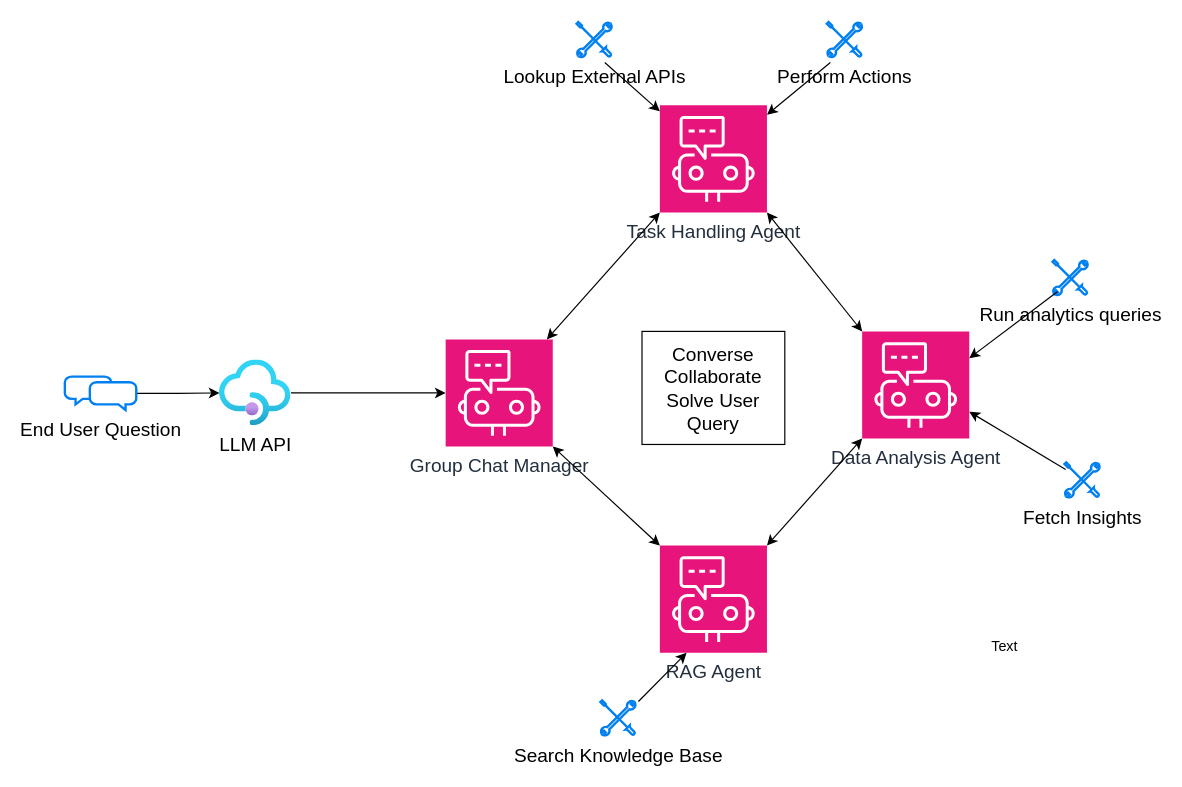
This is page "MultiAgent Architecture" (3 of 3) of RAG Pipeline.drawio from anildwarepo/draw.io-artifacts, a draw.io file, before an edit. Source tidied: cells renumbered, new cells numbered last; positions are measured from the earlier drawing's top-left corner, leaving out a move shared by most shapes. Both pictures are drawn from the tidied source at 119%, with x=0, y=0 at pixel (64, 21).
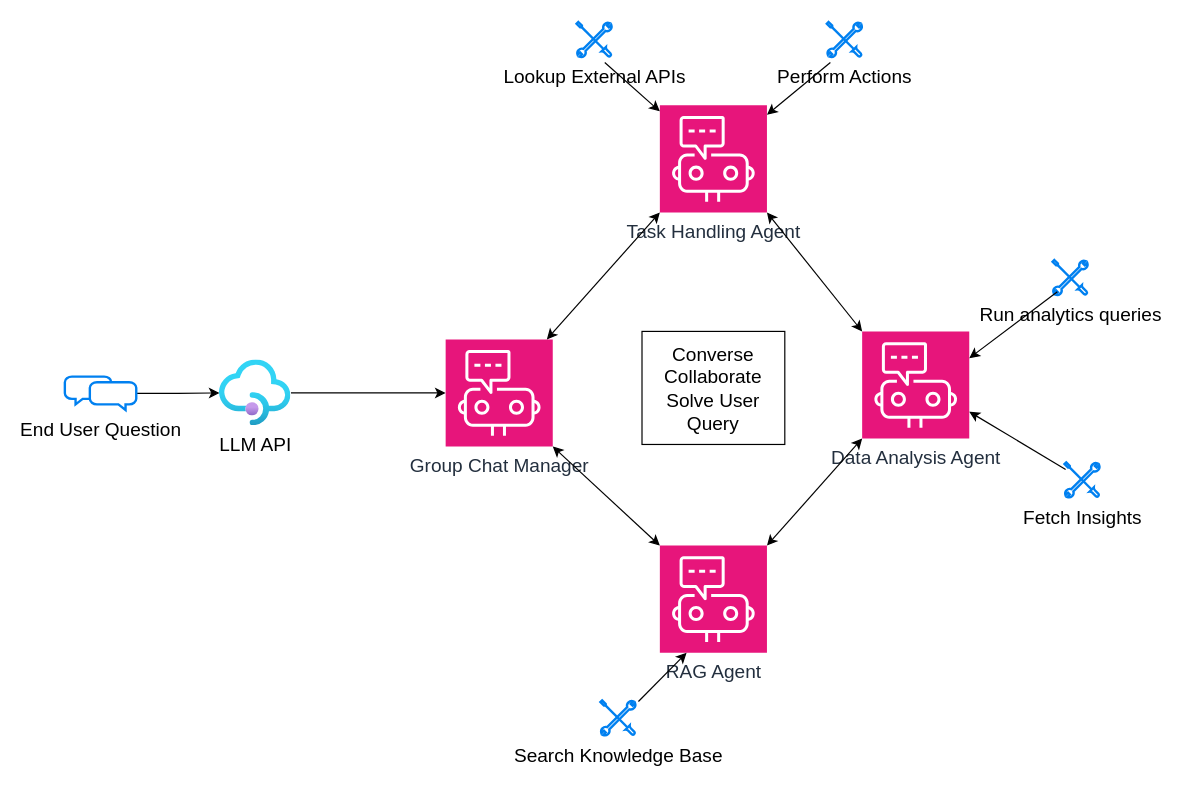
Above is the later version.

Change to the diagram source:
```diff
@@
-    <mxCell id="25" value="Text" style="text;strokeColor=none;align=center;fillColor=none;html=1;verticalAlign=middle;whiteSpace=wrap;rounded=0;" parent="1" vertex="1">
-      <mxGeometry x="760" y="510" width="60" height="30" as="geometry" />
-    </mxCell>
```
